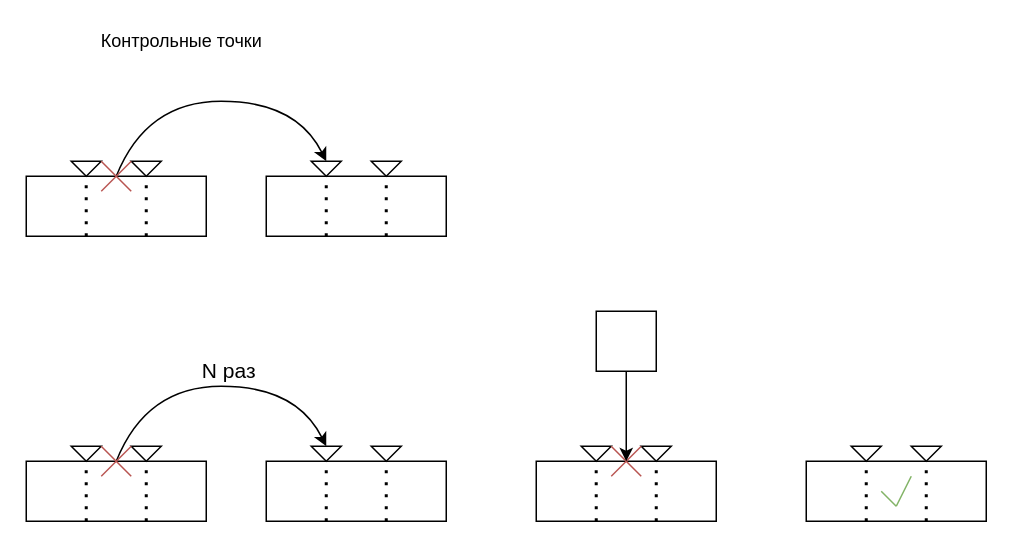
Ushuaya/VMK keeps this draw.io diagram as graphs/checkpoint Diagram.drawio. Above is the earlier version. Source tidied: cells renumbered, new cells numbered last; positions are measured from the earlier drawing's top-left corner, leaving out a move shared by most shapes. Both pictures are drawn from the tidied source at 150%, with x=0, y=0 at pixel (26, 26).
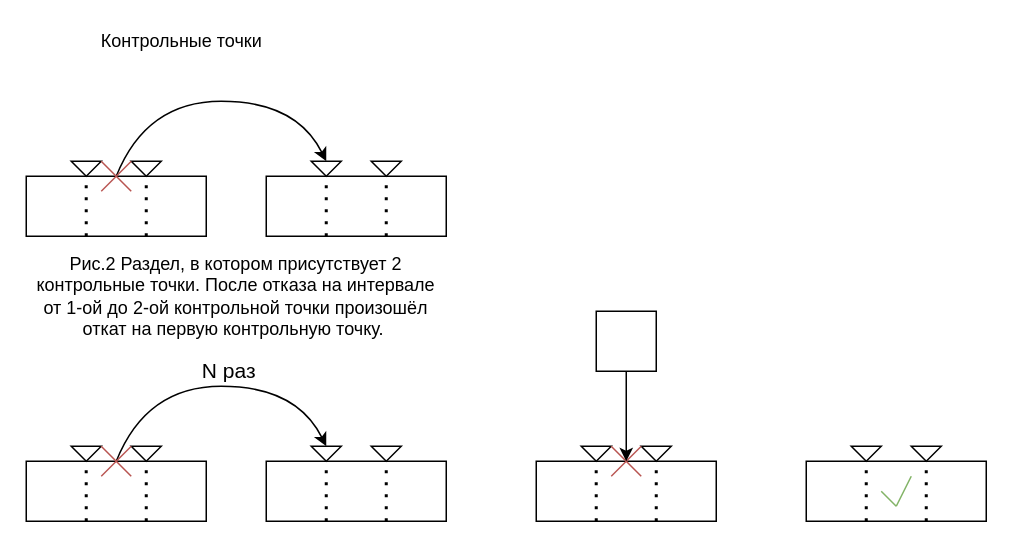
Above is the later version.

Diff of the diagram source:
```diff
@@
+    <mxCell id="46" value="Рис.2 Раздел, в котором присутствует 2 контрольные точки. После отказа на интервале от 1-ой до 2-ой контрольной точки произошёл откат на первую контрольную точку.&amp;nbsp;" style="text;html=1;strokeColor=none;fillColor=none;align=center;verticalAlign=middle;whiteSpace=wrap;rounded=0;" parent="1" vertex="1">
+      <mxGeometry y="150" width="280" height="60" as="geometry" />
+    </mxCell>
```
